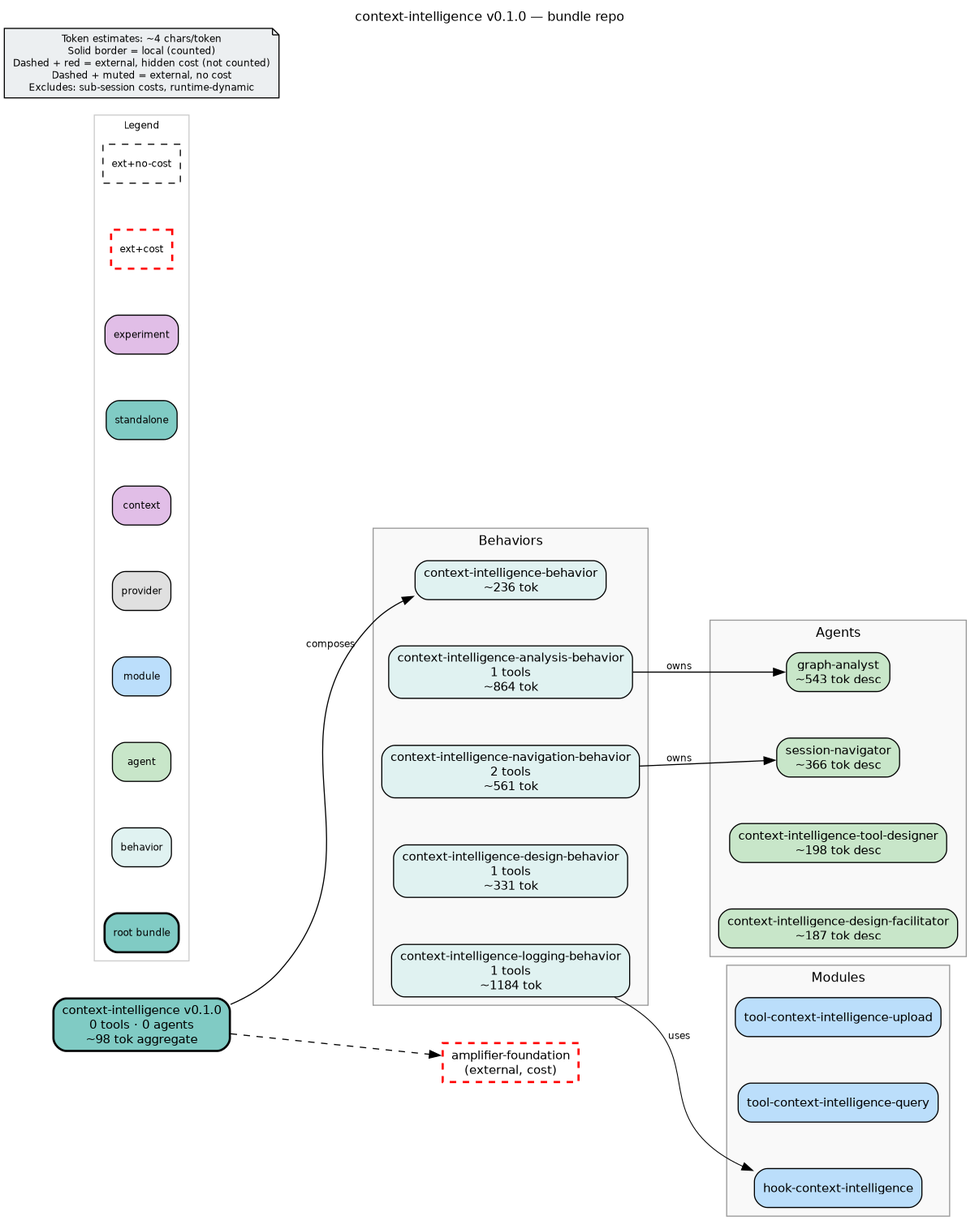
Before: bundle.png, a diagram exported from Graphviz (microsoft/amplifier-bundle-context-intelligence). Its source is kept beside it as bundle.dot.
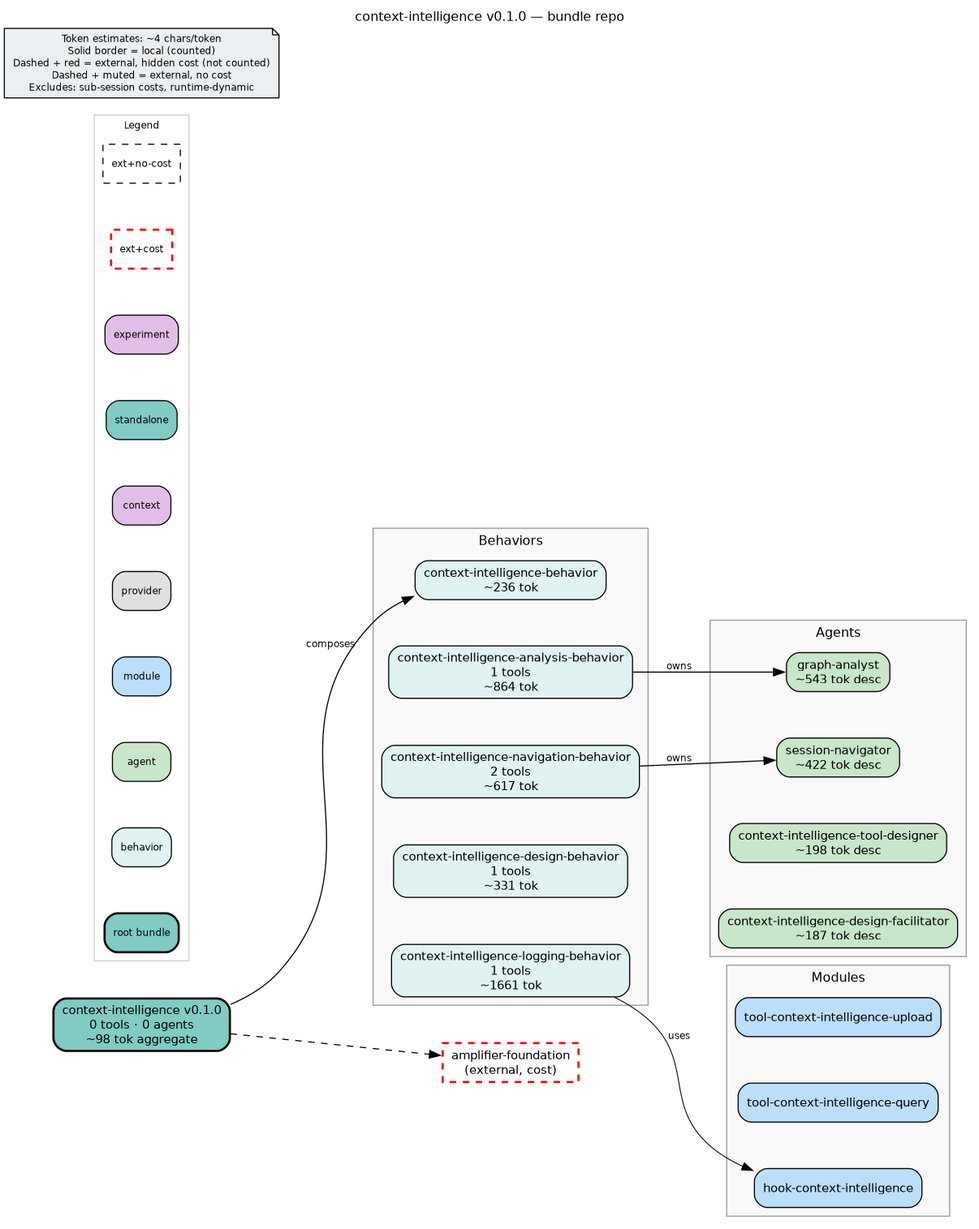
The same diagram one commit later.

Commit message:
docs(context-intelligence): regenerate bundle.dot/png (clear stale source_hash)

bundle.dot was stale after the base_path-relocation review + council changes.
Regenerated with the structural bundle_repo_dot() generator (matching the
committed convention, not LLM-enhanced) and re-rendered bundle.png; diff is the
updated source_hash plus token-count deltas from the added doc/comment content.
Clears the BUNDLE_DOT_STALE warning from the full validate-bundle-repo run.

Generated with [Amplifier](https://github.com/microsoft/amplifier)

Diff of the diagram source:
```diff
@@ -8,7 +8,7 @@
     nodesep=0.6
     ranksep=0.7
     bgcolor="white"
-    source_hash="ff1d6a9692415633ceafa3389694c17aa82f8f3d8296b1f7c440c9fb815ea5d2"
+    source_hash="18e3046d9999d7c21d8a948dbb2f0e83ae35c8b72a73e2e2793227571f9c088c"
 
     node [fontname="Helvetica", fontsize=11, style="filled,rounded"]
     edge [fontname="Helvetica", fontsize=9]
@@ -23,8 +23,8 @@
 
         beh_context_intelligence_analysis_behavior [label="context-intelligence-analysis-behavior\n1 tools\n~864 tok", shape=box, fillcolor="#e0f2f1", style="filled,rounded"]
         beh_context_intelligence_design_behavior [label="context-intelligence-design-behavior\n1 tools\n~331 tok", shape=box, fillcolor="#e0f2f1", style="filled,rounded"]
-        beh_context_intelligence_logging_behavior [label="context-intelligence-logging-behavior\n1 tools\n~1184 tok", shape=box, fillcolor="#e0f2f1", style="filled,rounded"]
-        beh_context_intelligence_navigation_behavior [label="context-intelligence-navigation-behavior\n2 tools\n~561 tok", shape=box, fillcolor="#e0f2f1", style="filled,rounded"]
+        beh_context_intelligence_logging_behavior [label="context-intelligence-logging-behavior\n1 tools\n~1661 tok", shape=box, fillcolor="#e0f2f1", style="filled,rounded"]
+        beh_context_intelligence_navigation_behavior [label="context-intelligence-navigation-behavior\n2 tools\n~617 tok", shape=box, fillcolor="#e0f2f1", style="filled,rounded"]
         beh_context_intelligence_behavior [label="context-intelligence-behavior\n~236 tok", shape=box, fillcolor="#e0f2f1", style="filled,rounded"]
     }
 
@@ -37,7 +37,7 @@
         agt_context_intelligence_design_facilitator [label="context-intelligence-design-facilitator\n~187 tok desc", shape=box, fillcolor="#c8e6c9", style="filled,rounded"]
         agt_context_intelligence_tool_designer [label="context-intelligence-tool-designer\n~198 tok desc", shape=box, fillcolor="#c8e6c9", style="filled,rounded"]
         agt_graph_analyst [label="graph-analyst\n~543 tok desc", shape=box, fillcolor="#c8e6c9", style="filled,rounded"]
-        agt_session_navigator [label="session-navigator\n~366 tok desc", shape=box, fillcolor="#c8e6c9", style="filled,rounded"]
+        agt_session_navigator [label="session-navigator\n~422 tok desc", shape=box, fillcolor="#c8e6c9", style="filled,rounded"]
     }
 
     subgraph cluster_modules {
```
